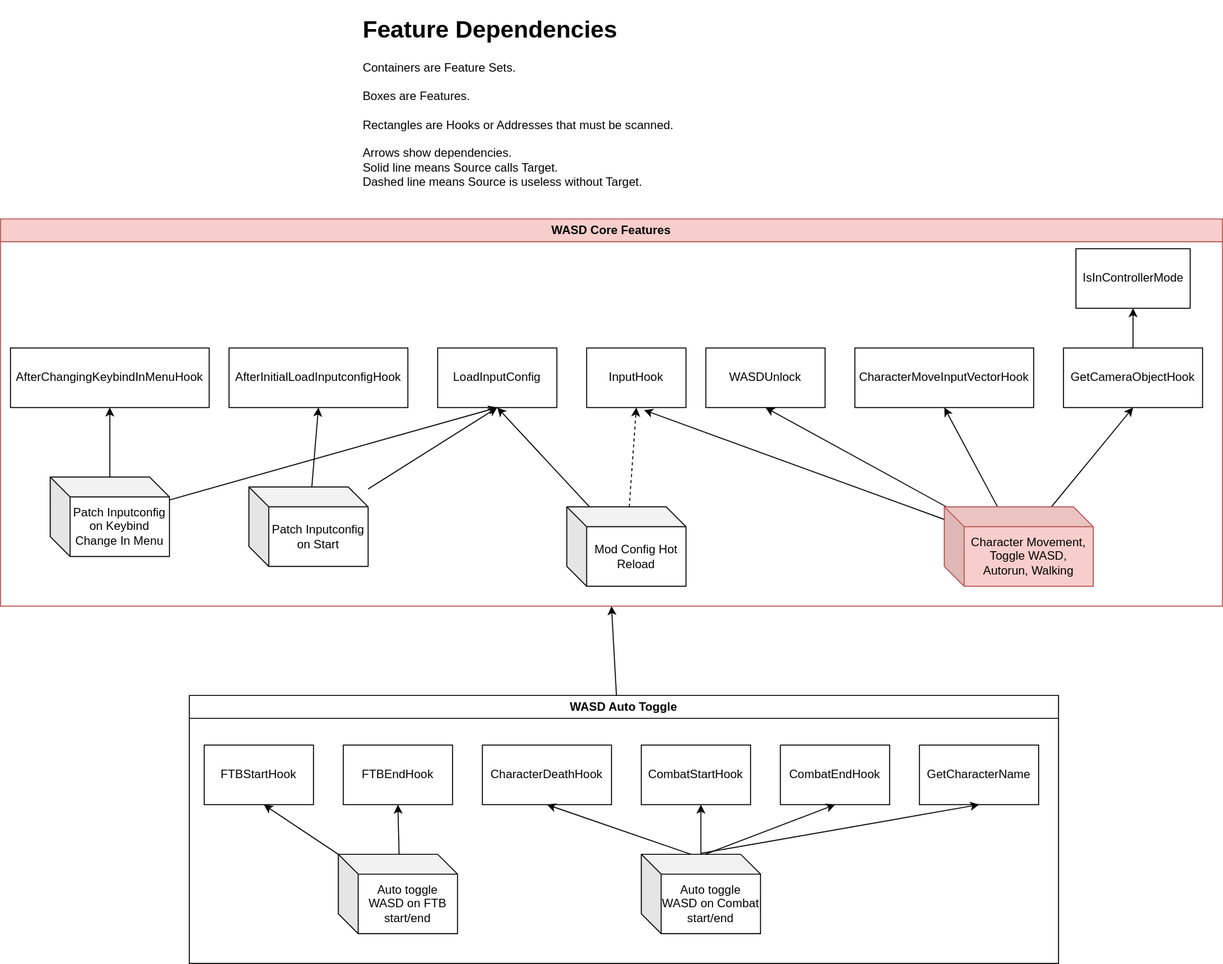
Ch4nKyy/BG3WASD keeps this draw.io diagram as doc/feature_dependencies.drawio.svg. Above is the earlier version. Source tidied: cells renumbered, new cells last; positions are measured from the earlier drawing's top-left corner, leaving out a move shared by most shapes.
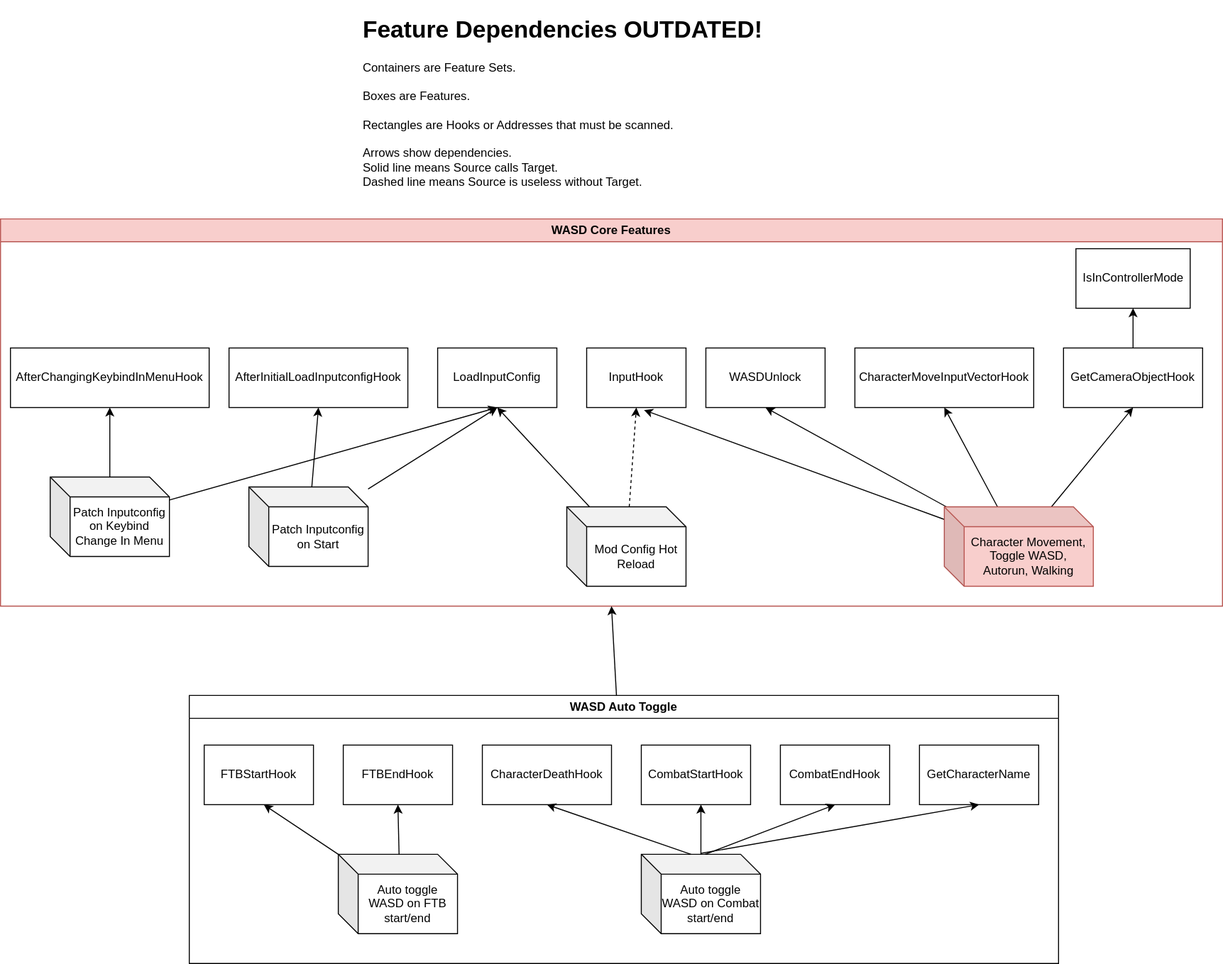
The same diagram one commit later.

What changed in the source:
```diff
@@ -7,8 +7,8 @@
         <mxPoint x="840" y="380" as="targetPoint" />
       </mxGeometry>
     </mxCell>
-    <mxCell id="3" value="&lt;h1&gt;&lt;span style=&quot;background-color: initial;&quot;&gt;Feature Dependencies&lt;/span&gt;&lt;/h1&gt;&lt;div style=&quot;&quot;&gt;&lt;span style=&quot;font-weight: 400;&quot;&gt;&lt;font style=&quot;font-size: 12px;&quot;&gt;Containers are Feature Sets.&lt;/font&gt;&lt;/span&gt;&lt;/div&gt;&lt;div style=&quot;&quot;&gt;&lt;span style=&quot;font-weight: 400;&quot;&gt;&lt;font style=&quot;font-size: 12px;&quot;&gt;&lt;br&gt;&lt;/font&gt;&lt;/span&gt;&lt;/div&gt;&lt;div style=&quot;&quot;&gt;&lt;span style=&quot;font-weight: 400;&quot;&gt;&lt;font style=&quot;font-size: 12px;&quot;&gt;Boxes are Features.&lt;/font&gt;&lt;/span&gt;&lt;/div&gt;&lt;div style=&quot;&quot;&gt;&lt;span style=&quot;font-weight: 400;&quot;&gt;&lt;font style=&quot;font-size: 12px;&quot;&gt;&lt;br&gt;&lt;/font&gt;&lt;/span&gt;&lt;/div&gt;&lt;div style=&quot;&quot;&gt;&lt;span style=&quot;font-weight: 400;&quot;&gt;&lt;font style=&quot;font-size: 12px;&quot;&gt;Rectangles are Hooks or Addresses that must be scanned.&lt;/font&gt;&lt;/span&gt;&lt;/div&gt;&lt;div style=&quot;&quot;&gt;&lt;span style=&quot;font-weight: 400;&quot;&gt;&lt;font style=&quot;font-size: 12px;&quot;&gt;&lt;br&gt;&lt;/font&gt;&lt;/span&gt;&lt;/div&gt;&lt;div style=&quot;&quot;&gt;&lt;span style=&quot;font-weight: 400;&quot;&gt;&lt;font style=&quot;font-size: 12px;&quot;&gt;Arrows show dependencies.&lt;/font&gt;&lt;/span&gt;&lt;/div&gt;&lt;div style=&quot;&quot;&gt;Solid line means Source calls Target.&lt;/div&gt;&lt;div style=&quot;&quot;&gt;Dashed line means Source is useless without Target.&lt;/div&gt;" style="text;html=1;strokeColor=none;fillColor=none;spacing=5;spacingTop=-20;whiteSpace=wrap;overflow=hidden;rounded=0;" parent="1" vertex="1">
-      <mxGeometry x="360" width="360" height="190" as="geometry" />
+    <mxCell id="3" value="&lt;h1&gt;&lt;span style=&quot;background-color: initial;&quot;&gt;Feature Dependencies OUTDATED!&lt;/span&gt;&lt;/h1&gt;&lt;div style=&quot;&quot;&gt;&lt;span style=&quot;font-weight: 400;&quot;&gt;&lt;font style=&quot;font-size: 12px;&quot;&gt;Containers are Feature Sets.&lt;/font&gt;&lt;/span&gt;&lt;/div&gt;&lt;div style=&quot;&quot;&gt;&lt;span style=&quot;font-weight: 400;&quot;&gt;&lt;font style=&quot;font-size: 12px;&quot;&gt;&lt;br&gt;&lt;/font&gt;&lt;/span&gt;&lt;/div&gt;&lt;div style=&quot;&quot;&gt;&lt;span style=&quot;font-weight: 400;&quot;&gt;&lt;font style=&quot;font-size: 12px;&quot;&gt;Boxes are Features.&lt;/font&gt;&lt;/span&gt;&lt;/div&gt;&lt;div style=&quot;&quot;&gt;&lt;span style=&quot;font-weight: 400;&quot;&gt;&lt;font style=&quot;font-size: 12px;&quot;&gt;&lt;br&gt;&lt;/font&gt;&lt;/span&gt;&lt;/div&gt;&lt;div style=&quot;&quot;&gt;&lt;span style=&quot;font-weight: 400;&quot;&gt;&lt;font style=&quot;font-size: 12px;&quot;&gt;Rectangles are Hooks or Addresses that must be scanned.&lt;/font&gt;&lt;/span&gt;&lt;/div&gt;&lt;div style=&quot;&quot;&gt;&lt;span style=&quot;font-weight: 400;&quot;&gt;&lt;font style=&quot;font-size: 12px;&quot;&gt;&lt;br&gt;&lt;/font&gt;&lt;/span&gt;&lt;/div&gt;&lt;div style=&quot;&quot;&gt;&lt;span style=&quot;font-weight: 400;&quot;&gt;&lt;font style=&quot;font-size: 12px;&quot;&gt;Arrows show dependencies.&lt;/font&gt;&lt;/span&gt;&lt;/div&gt;&lt;div style=&quot;&quot;&gt;Solid line means Source calls Target.&lt;/div&gt;&lt;div style=&quot;&quot;&gt;Dashed line means Source is useless without Target.&lt;/div&gt;" style="text;html=1;strokeColor=none;fillColor=none;spacing=5;spacingTop=-20;whiteSpace=wrap;overflow=hidden;rounded=0;" parent="1" vertex="1">
+      <mxGeometry x="360" width="470" height="190" as="geometry" />
     </mxCell>
     <mxCell id="4" value="WASD Core Features" style="swimlane;whiteSpace=wrap;html=1;fillColor=#f8cecc;strokeColor=#b85450;" parent="1" vertex="1">
       <mxGeometry y="210" width="1230" height="390" as="geometry" />
```
